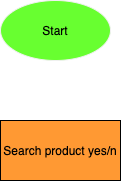
This is explore/diagramming/diagram.drawio.png from ansavp/fa21-cse110-lab4, a draw.io export, as it was before one commit. Source tidied: cells renumbered, new cells last; positions are measured from the earlier drawing's top-left corner, leaving out a move shared by most shapes.
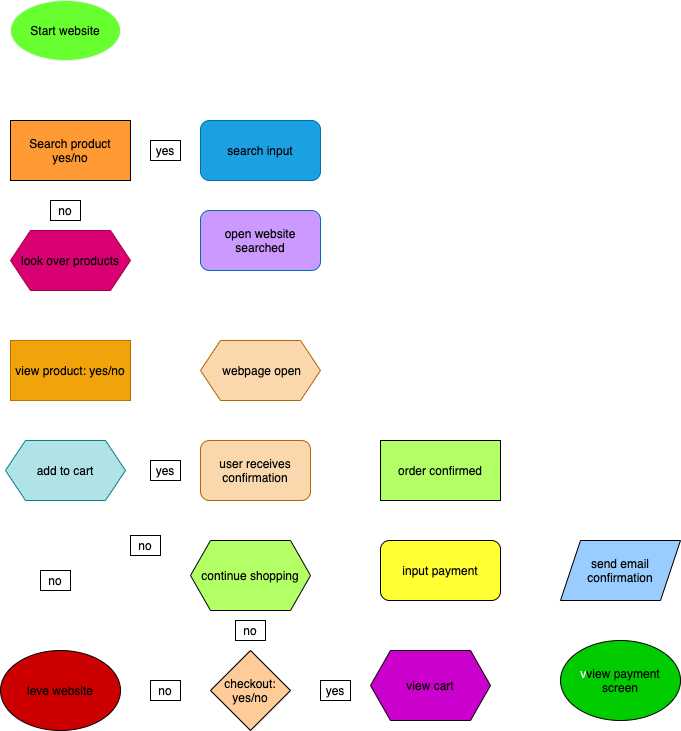
The same diagram one commit later.

Diff of the diagram source:
```diff
@@ -2,11 +2,80 @@
   <root>
     <mxCell id="0" />
     <mxCell id="1" parent="0" />
-    <mxCell id="2" value="&lt;font color=&quot;#000000&quot;&gt;Start&lt;/font&gt;" style="ellipse;whiteSpace=wrap;html=1;fillColor=#68FF30;strokeColor=#F0F0F0;" parent="1" vertex="1">
+    <mxCell id="2" value="&lt;font color=&quot;#000000&quot;&gt;Start website&lt;/font&gt;" style="ellipse;whiteSpace=wrap;html=1;fillColor=#68FF30;strokeColor=#F0F0F0;" parent="1" vertex="1">
       <mxGeometry width="110" height="60" as="geometry" />
     </mxCell>
-    <mxCell id="3" value="&lt;font color=&quot;#000000&quot;&gt;Search product yes/n&lt;br&gt;&lt;/font&gt;" style="rounded=0;whiteSpace=wrap;html=1;fillColor=#FF9933;" parent="1" vertex="1">
+    <mxCell id="3" value="&lt;font color=&quot;#000000&quot;&gt;Search product yes/no&lt;br&gt;&lt;/font&gt;" style="rounded=0;whiteSpace=wrap;html=1;fillColor=#FF9933;" parent="1" vertex="1">
       <mxGeometry y="120" width="120" height="60" as="geometry" />
     </mxCell>
+    <mxCell id="4" value="&lt;font color=&quot;#000000&quot;&gt;search input&lt;/font&gt;" style="rounded=1;whiteSpace=wrap;html=1;fillColor=#1ba1e2;strokeColor=#006EAF;fontColor=#ffffff;" parent="1" vertex="1">
+      <mxGeometry x="190" y="120" width="120" height="60" as="geometry" />
+    </mxCell>
+    <mxCell id="5" value="&lt;font color=&quot;#000000&quot;&gt;look over products&lt;/font&gt;" style="shape=hexagon;perimeter=hexagonPerimeter2;whiteSpace=wrap;html=1;fixedSize=1;fillColor=#d80073;strokeColor=#A50040;fontColor=#ffffff;" parent="1" vertex="1">
+      <mxGeometry y="230" width="120" height="60" as="geometry" />
+    </mxCell>
+    <mxCell id="6" value="view product: yes/no" style="rounded=0;whiteSpace=wrap;html=1;fillColor=#f0a30a;strokeColor=#BD7000;fontColor=#000000;" parent="1" vertex="1">
+      <mxGeometry y="340" width="120" height="60" as="geometry" />
+    </mxCell>
+    <mxCell id="7" value="&lt;font color=&quot;#000000&quot;&gt;&amp;nbsp;webpage&amp;nbsp;&lt;/font&gt;&lt;span style=&quot;color: rgb(0 , 0 , 0)&quot;&gt;open&lt;/span&gt;" style="shape=hexagon;perimeter=hexagonPerimeter2;whiteSpace=wrap;html=1;fixedSize=1;fillColor=#fad7ac;strokeColor=#b46504;" parent="1" vertex="1">
+      <mxGeometry x="190" y="340" width="120" height="60" as="geometry" />
+    </mxCell>
+    <mxCell id="8" value="&lt;font color=&quot;#000000&quot;&gt;add to cart&lt;/font&gt;" style="shape=hexagon;perimeter=hexagonPerimeter2;whiteSpace=wrap;html=1;fixedSize=1;fillColor=#b0e3e6;strokeColor=#0e8088;" parent="1" vertex="1">
+      <mxGeometry x="-5" y="440" width="120" height="60" as="geometry" />
+    </mxCell>
+    <mxCell id="9" value="&lt;font color=&quot;#000000&quot;&gt;user receives confirmation&lt;/font&gt;" style="rounded=1;whiteSpace=wrap;html=1;fillColor=#fad7ac;strokeColor=#b46504;" parent="1" vertex="1">
+      <mxGeometry x="190" y="440" width="110" height="60" as="geometry" />
+    </mxCell>
+    <mxCell id="10" value="&lt;font color=&quot;#000000&quot;&gt;order confirmed&lt;/font&gt;" style="rounded=0;whiteSpace=wrap;html=1;fillColor=#B3FF66;" parent="1" vertex="1">
+      <mxGeometry x="370" y="440" width="120" height="60" as="geometry" />
+    </mxCell>
+    <mxCell id="11" value="&lt;font color=&quot;#000000&quot;&gt;leve website&lt;/font&gt;" style="ellipse;whiteSpace=wrap;html=1;fillColor=#CC0000;" parent="1" vertex="1">
+      <mxGeometry x="-10" y="650" width="120" height="80" as="geometry" />
+    </mxCell>
+    <mxCell id="12" value="&lt;font color=&quot;#000000&quot;&gt;continue shopping&lt;/font&gt;" style="shape=hexagon;perimeter=hexagonPerimeter2;whiteSpace=wrap;html=1;fixedSize=1;fillColor=#B3FF66;" parent="1" vertex="1">
+      <mxGeometry x="180" y="540" width="120" height="70" as="geometry" />
+    </mxCell>
+    <mxCell id="13" value="&lt;font color=&quot;#000000&quot;&gt;checkout: yes/no&lt;/font&gt;" style="rhombus;whiteSpace=wrap;html=1;fillColor=#FFCC99;" parent="1" vertex="1">
+      <mxGeometry x="200" y="650" width="80" height="80" as="geometry" />
+    </mxCell>
+    <mxCell id="14" value="&lt;font color=&quot;#000000&quot;&gt;input payment&lt;/font&gt;" style="rounded=1;whiteSpace=wrap;html=1;fillColor=#FFFF33;" parent="1" vertex="1">
+      <mxGeometry x="370" y="540" width="120" height="60" as="geometry" />
+    </mxCell>
+    <mxCell id="15" value="&lt;font color=&quot;#000000&quot;&gt;send email confirmation&lt;/font&gt;" style="shape=parallelogram;perimeter=parallelogramPerimeter;whiteSpace=wrap;html=1;fixedSize=1;fillColor=#99CCFF;" parent="1" vertex="1">
+      <mxGeometry x="550" y="540" width="120" height="60" as="geometry" />
+    </mxCell>
+    <mxCell id="16" value="&lt;font color=&quot;#000000&quot;&gt;view cart&lt;/font&gt;" style="shape=hexagon;perimeter=hexagonPerimeter2;whiteSpace=wrap;html=1;fixedSize=1;fillColor=#CC00CC;" parent="1" vertex="1">
+      <mxGeometry x="360" y="650" width="120" height="70" as="geometry" />
+    </mxCell>
+    <mxCell id="17" value="v&lt;font color=&quot;#000000&quot;&gt;view payment screen&lt;/font&gt;" style="ellipse;whiteSpace=wrap;html=1;fillColor=#00CC00;fontColor=#F0F0F0;" parent="1" vertex="1">
+      <mxGeometry x="550" y="640" width="120" height="80" as="geometry" />
+    </mxCell>
+    <mxCell id="18" value="&lt;font color=&quot;#000000&quot;&gt;yes&lt;/font&gt;" style="rounded=0;whiteSpace=wrap;html=1;fontColor=#F0F0F0;fillColor=#FFFFFF;" parent="1" vertex="1">
+      <mxGeometry x="140" y="140" width="30" height="20" as="geometry" />
+    </mxCell>
+    <mxCell id="19" value="&lt;font color=&quot;#000000&quot;&gt;no&lt;/font&gt;" style="rounded=0;whiteSpace=wrap;html=1;fontColor=#F0F0F0;fillColor=#FFFFFF;" parent="1" vertex="1">
+      <mxGeometry x="40" y="200" width="30" height="20" as="geometry" />
+    </mxCell>
+    <mxCell id="20" value="&lt;font color=&quot;#000000&quot;&gt;no&lt;/font&gt;" style="rounded=0;whiteSpace=wrap;html=1;fontColor=#F0F0F0;fillColor=#FFFFFF;" parent="1" vertex="1">
+      <mxGeometry x="30" y="570" width="30" height="20" as="geometry" />
+    </mxCell>
+    <mxCell id="21" value="&lt;font color=&quot;#000000&quot;&gt;open website searched&lt;br&gt;&lt;/font&gt;" style="rounded=1;whiteSpace=wrap;html=1;fillColor=#CC99FF;strokeColor=#006EAF;fontColor=#ffffff;" parent="1" vertex="1">
+      <mxGeometry x="190" y="210" width="120" height="60" as="geometry" />
+    </mxCell>
+    <mxCell id="22" value="&lt;font color=&quot;#000000&quot;&gt;no&lt;/font&gt;" style="rounded=0;whiteSpace=wrap;html=1;fontColor=#F0F0F0;fillColor=#FFFFFF;" parent="1" vertex="1">
+      <mxGeometry x="120" y="535" width="30" height="20" as="geometry" />
+    </mxCell>
+    <mxCell id="23" value="&lt;font color=&quot;#000000&quot;&gt;no&lt;/font&gt;" style="rounded=0;whiteSpace=wrap;html=1;fontColor=#F0F0F0;fillColor=#FFFFFF;" parent="1" vertex="1">
+      <mxGeometry x="225" y="620" width="30" height="20" as="geometry" />
+    </mxCell>
+    <mxCell id="24" value="&lt;font color=&quot;#000000&quot;&gt;no&lt;/font&gt;" style="rounded=0;whiteSpace=wrap;html=1;fontColor=#F0F0F0;fillColor=#FFFFFF;" parent="1" vertex="1">
+      <mxGeometry x="140" y="680" width="30" height="20" as="geometry" />
+    </mxCell>
+    <mxCell id="25" value="&lt;font color=&quot;#000000&quot;&gt;yes&lt;/font&gt;" style="rounded=0;whiteSpace=wrap;html=1;fontColor=#F0F0F0;fillColor=#FFFFFF;" parent="1" vertex="1">
+      <mxGeometry x="140" y="460" width="30" height="20" as="geometry" />
+    </mxCell>
+    <mxCell id="26" value="&lt;font color=&quot;#000000&quot;&gt;yes&lt;/font&gt;" style="rounded=0;whiteSpace=wrap;html=1;fontColor=#F0F0F0;fillColor=#FFFFFF;" parent="1" vertex="1">
+      <mxGeometry x="310" y="680" width="30" height="20" as="geometry" />
+    </mxCell>
   </root>
 </mxGraphModel>
```
